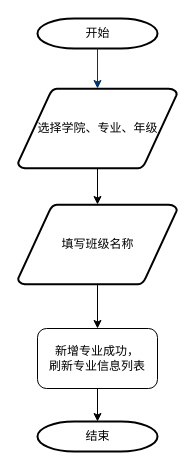
Gonod20s/Voice-Controlled-Robot keeps this draw.io diagram as page "新增班级" (7 of 16) of 流程图.drawio. Above is the earlier version. Source tidied: cells renumbered, new cells numbered last; positions are measured from the earlier drawing's top-left corner, leaving out a move shared by most shapes. Both pictures are drawn from the tidied source at 100%, with x=0, y=0 at pixel (17, 18).
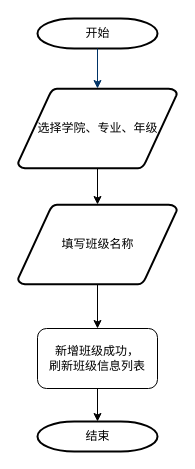
After the change.

Commit message:
更新流程图.drawio

Diff of the diagram source:
```diff
@@
 <mxGraphModel>
   <root>
     <mxCell id="0" />
     <mxCell id="1" parent="0" />
     <mxCell id="2" value="开始" style="shape=mxgraph.flowchart.terminator;strokeWidth=2;gradientColor=none;gradientDirection=north;fontStyle=0;html=1;" parent="1" vertex="1">
       <mxGeometry x="20" width="120" height="30" as="geometry" />
     </mxCell>
     <mxCell id="3" style="edgeStyle=orthogonalEdgeStyle;rounded=0;jettySize=auto;html=1;" parent="1" edge="1" source="4" target="10">
       <mxGeometry relative="1" as="geometry" />
     </mxCell>
     <mxCell id="4" value="选择学院、专业、年级" style="shape=mxgraph.flowchart.data;strokeWidth=2;gradientColor=none;gradientDirection=north;fontStyle=0;html=1;" parent="1" vertex="1">
       <mxGeometry x="0.5" y="70" width="159" height="80" as="geometry" />
     </mxCell>
     <mxCell id="5" style="fontStyle=1;strokeColor=#003366;strokeWidth=1;html=1;" parent="1" edge="1" source="2" target="4">
       <mxGeometry relative="1" as="geometry" />
     </mxCell>
     <mxCell id="6" value="结束" style="shape=mxgraph.flowchart.terminator;strokeWidth=2;gradientColor=none;gradientDirection=north;fontStyle=0;html=1;" parent="1" vertex="1">
       <mxGeometry x="20" y="403" width="120" height="30" as="geometry" />
     </mxCell>
     <mxCell id="7" style="edgeStyle=orthogonalEdgeStyle;rounded=0;jettySize=auto;html=1;" parent="1" edge="1" source="8" target="6">
       <mxGeometry relative="1" as="geometry" />
     </mxCell>
-    <mxCell id="8" value="新增专业成功，&lt;div&gt;刷新专业信息列表&lt;/div&gt;" style="rounded=1;whiteSpace=wrap;html=1;" parent="1" vertex="1">
+    <mxCell id="8" value="新增班级成功，&lt;div&gt;刷新班级信息列表&lt;/div&gt;" style="rounded=1;whiteSpace=wrap;html=1;" parent="1" vertex="1">
       <mxGeometry x="20" y="310" width="120" height="60" as="geometry" />
     </mxCell>
     <mxCell id="9" style="edgeStyle=orthogonalEdgeStyle;rounded=0;jettySize=auto;html=1;" parent="1" edge="1" source="10" target="8">
       <mxGeometry relative="1" as="geometry" />
     </mxCell>
     <mxCell id="10" value="填写班级名称" style="shape=mxgraph.flowchart.data;strokeWidth=2;gradientColor=none;gradientDirection=north;fontStyle=0;html=1;" parent="1" vertex="1">
       <mxGeometry x="0.5" y="186" width="159" height="80" as="geometry" />
     </mxCell>
   </root>
 </mxGraphModel>
```
